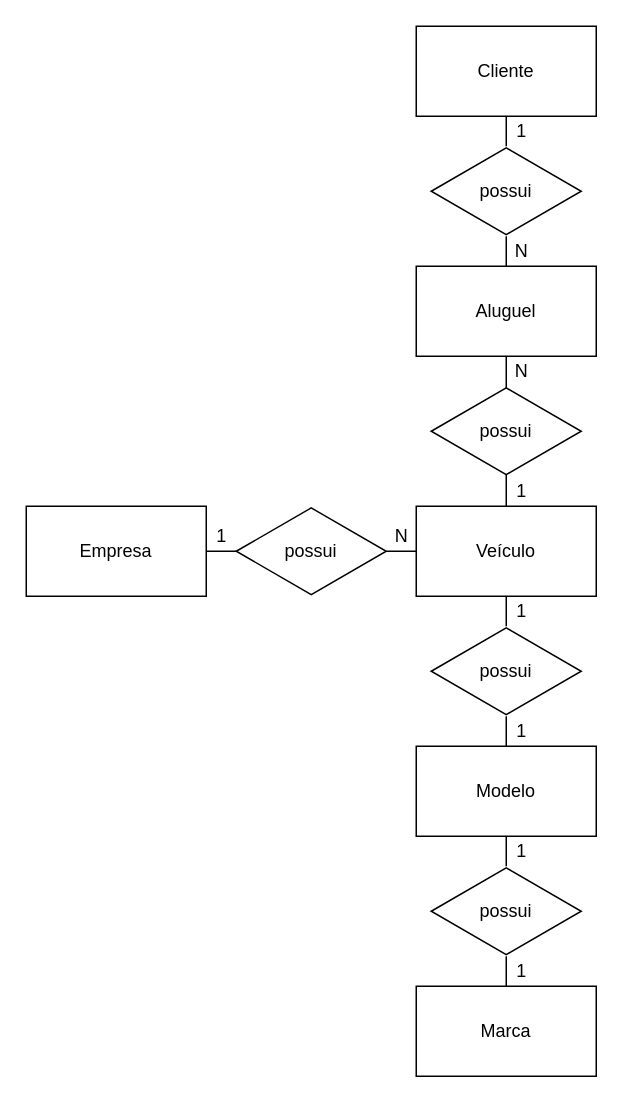
Above: 02_08_2021/1.2/1.2.drawio in Miguel-Gu/senai_sprint1_bd (draw.io), before the change. Source tidied: cells renumbered, new cells numbered last; positions are measured from the earlier drawing's top-left corner, leaving out a move shared by most shapes. Both pictures are drawn from the tidied source at 150%, with x=0, y=0 at pixel (26, 26).
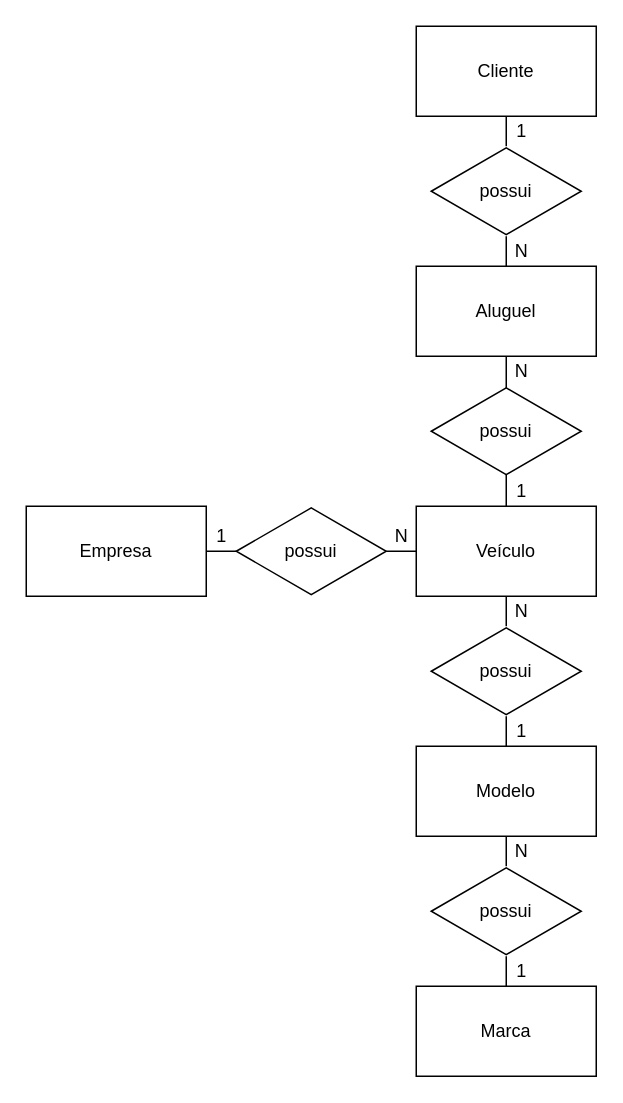
After the change.

Change to the diagram source:
```diff
@@
-    <mxCell id="25" value="1" style="text;html=1;align=center;verticalAlign=middle;strokeColor=none;" parent="1" vertex="1">
+    <mxCell id="25" value="N" style="text;html=1;align=center;verticalAlign=middle;strokeColor=none;" parent="1" vertex="1">
       <mxGeometry x="320" y="540" width="20" height="20" as="geometry" />
     </mxCell>
-    <mxCell id="26" value="1" style="text;html=1;align=center;verticalAlign=middle;strokeColor=none;" parent="1" vertex="1">
+    <mxCell id="26" value="N" style="text;html=1;align=center;verticalAlign=middle;strokeColor=none;" parent="1" vertex="1">
       <mxGeometry x="320" y="380" width="20" height="20" as="geometry" />
     </mxCell>
```
